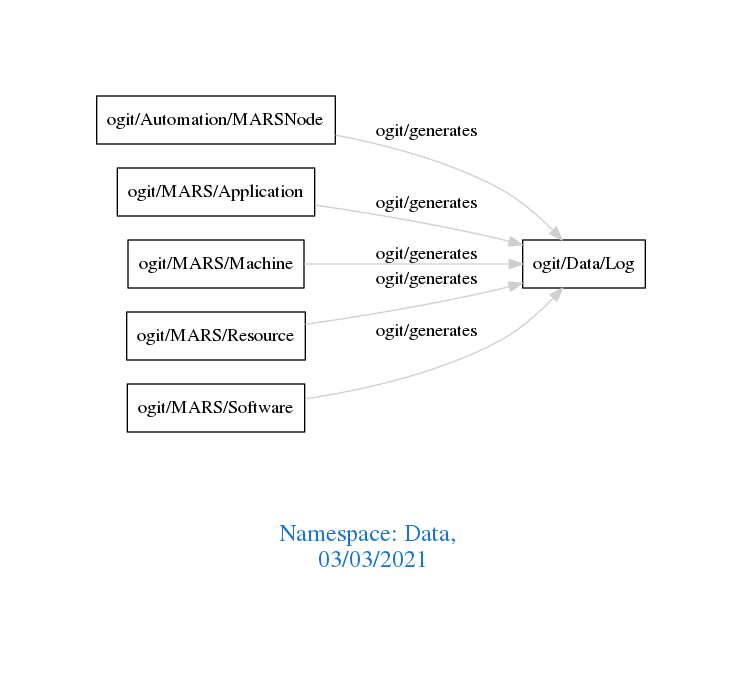
The Graphviz diagram downloads/Data.png in arago/OGIT, before a commit. Its source is kept beside it as downloads/Data.dot.
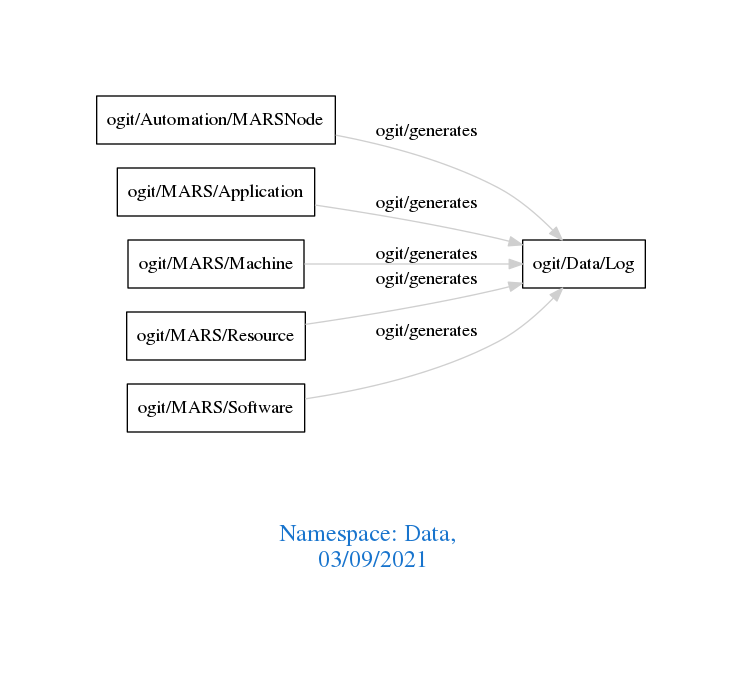
Later version of the same file.

What changed in the source:
```diff
@@ -1,7 +1,7 @@
 digraph OGIT_ontology {
  graph [ rankdir= LR,pad=1
 fontsize = 18,
-fontcolor= dodgerblue3,label = "\n\n\nNamespace: Data, \n 03/03/2021"];
+fontcolor= dodgerblue3,label = "\n\n\nNamespace: Data, \n 03/09/2021"];
 node[shape=polygon];
 edge [  color="gray81"];
 
```
